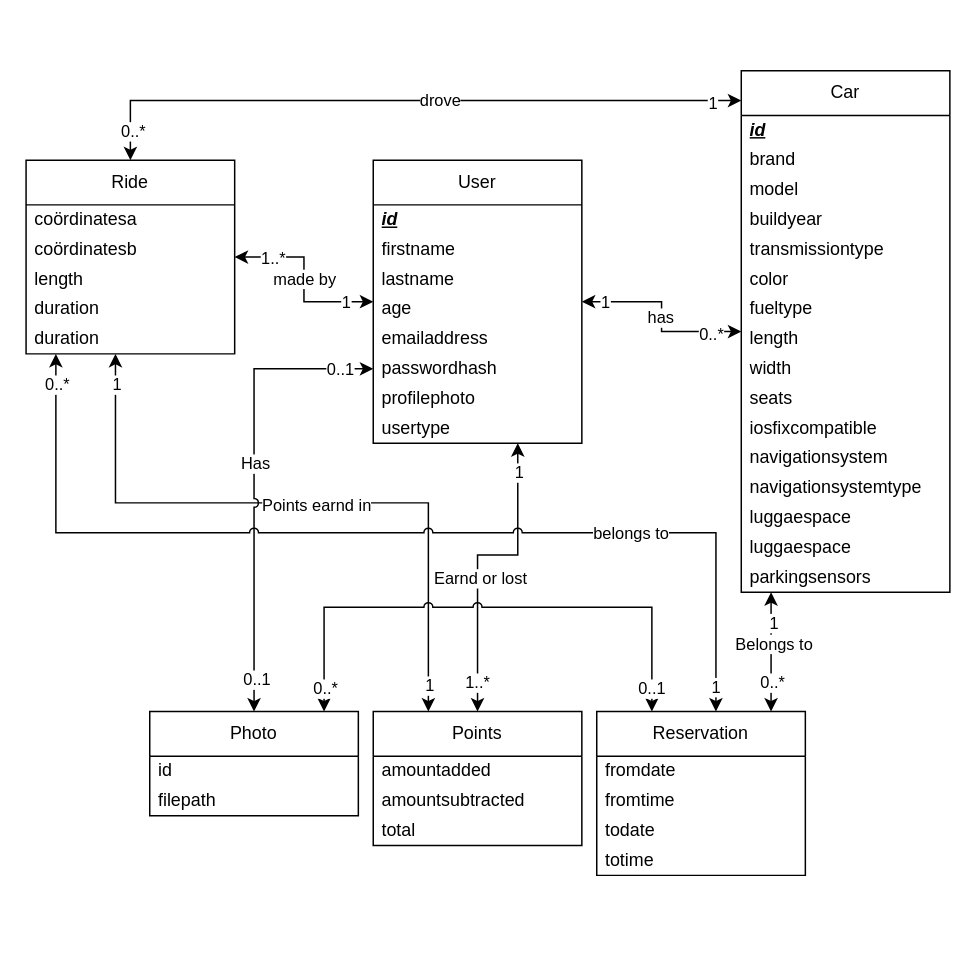
This is documents/ERD/LEAFCAR-ERD.drawio from RubenLeenknegt/JoyRide-API, a draw.io file, before an edit. Source tidied: cells renumbered, new cells numbered last; positions are measured from the earlier drawing's top-left corner, leaving out a move shared by most shapes. Both pictures are drawn from the tidied source at 149%, with x=0, y=0 at pixel (25, 70).
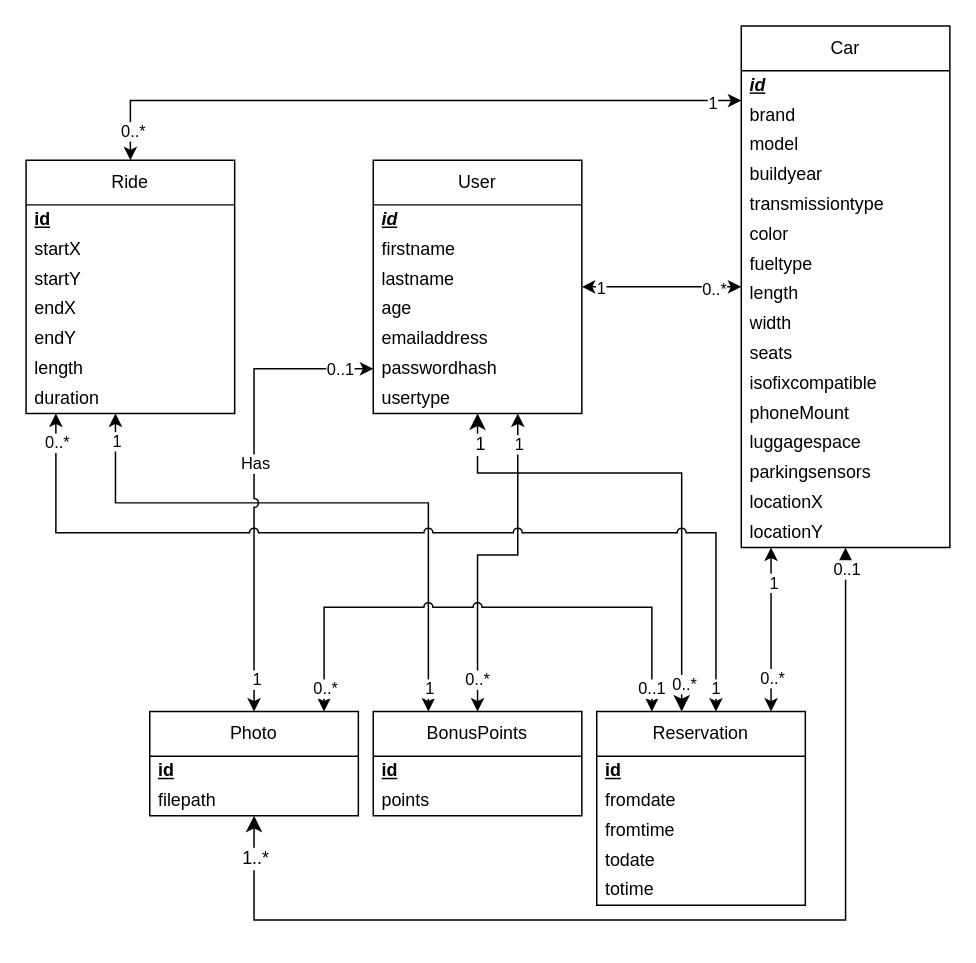
The same page after the edit.

Commit message:
LEAF-57 fixed erd with class

The change refers to these unchanged cells:
```xml
<mxCell id="2" style="edgeStyle=orthogonalEdgeStyle;shape=connector;rounded=0;jumpStyle=arc;jettySize=auto;html=1;strokeColor=default;align=center;verticalAlign=middle;fontFamily=Helvetica;fontSize=11;fontColor=default;labelBackgroundColor=default;startArrow=classic;startFill=1;endArrow=classic;" parent="1" edge="1" source="6" target="43">
  <mxGeometry relative="1" as="geometry">
    <Array as="points">
      <mxPoint x="60" y="290" />
      <mxPoint x="270" y="290" />
    </Array>
  </mxGeometry>
</mxCell>
<mxCell id="12" style="edgeStyle=orthogonalEdgeStyle;rounded=0;jettySize=auto;html=1;entryX=0.5;entryY=0;entryDx=0;entryDy=0;startArrow=classic;startFill=1;jumpStyle=arc;" parent="1" edge="1" source="28" target="40">
  <mxGeometry relative="1" as="geometry">
    <Array as="points">
      <mxPoint x="153" y="200" />
    </Array>
  </mxGeometry>
</mxCell>
<mxCell id="20" style="edgeStyle=orthogonalEdgeStyle;shape=connector;rounded=0;jumpStyle=arc;jettySize=auto;html=1;strokeColor=default;align=center;verticalAlign=middle;fontFamily=Helvetica;fontSize=11;fontColor=default;labelBackgroundColor=default;startArrow=classic;startFill=1;endArrow=classic;" parent="1" edge="1" source="28" target="55">
  <mxGeometry relative="1" as="geometry" />
</mxCell>
<mxCell id="24" style="edgeStyle=orthogonalEdgeStyle;shape=connector;rounded=0;jumpStyle=arc;jettySize=auto;html=1;entryX=0.5;entryY=0;entryDx=0;entryDy=0;strokeColor=default;align=center;verticalAlign=middle;fontFamily=Helvetica;fontSize=11;fontColor=default;labelBackgroundColor=default;startArrow=classic;startFill=1;endArrow=classic;" parent="1" edge="1" source="28" target="43">
  <mxGeometry relative="1" as="geometry">
    <Array as="points">
      <mxPoint x="330" y="325" />
      <mxPoint x="303" y="325" />
    </Array>
  </mxGeometry>
</mxCell>
<mxCell id="40" value="Photo" style="swimlane;fontStyle=0;horizontal=1;startSize=30;whiteSpace=wrap;html=1;" parent="1" vertex="1">
  <mxGeometry x="83" y="430" width="140" height="70" as="geometry" />
</mxCell>
<mxCell id="47" style="edgeStyle=orthogonalEdgeStyle;shape=connector;rounded=0;jumpStyle=arc;jettySize=auto;html=1;strokeColor=default;align=center;verticalAlign=middle;fontFamily=Helvetica;fontSize=11;fontColor=default;labelBackgroundColor=default;startArrow=classic;startFill=1;endArrow=classic;" parent="1" edge="1" source="55" target="6">
  <mxGeometry relative="1" as="geometry">
    <Array as="points">
      <mxPoint x="70" y="20" />
    </Array>
  </mxGeometry>
</mxCell>
<mxCell id="51" style="edgeStyle=orthogonalEdgeStyle;shape=connector;rounded=0;jumpStyle=arc;jettySize=auto;html=1;strokeColor=default;align=center;verticalAlign=middle;fontFamily=Helvetica;fontSize=11;fontColor=default;labelBackgroundColor=default;startArrow=classic;startFill=1;endArrow=classic;" parent="1" edge="1" source="55" target="76">
  <mxGeometry relative="1" as="geometry">
    <Array as="points">
      <mxPoint x="500" y="410" />
      <mxPoint x="500" y="410" />
    </Array>
  </mxGeometry>
</mxCell>
<mxCell id="72" style="edgeStyle=orthogonalEdgeStyle;shape=connector;rounded=0;jumpStyle=arc;jettySize=auto;html=1;strokeColor=default;align=center;verticalAlign=middle;fontFamily=Helvetica;fontSize=11;fontColor=default;labelBackgroundColor=default;startArrow=classic;startFill=1;endArrow=classic;" parent="1" edge="1" source="76" target="6">
  <mxGeometry relative="1" as="geometry">
    <Array as="points">
      <mxPoint x="463" y="310" />
      <mxPoint x="20" y="310" />
    </Array>
  </mxGeometry>
</mxCell>
```

Diff of the diagram source:
```diff
@@
-    <mxCell id="3" value="Points earnd in" style="edgeLabel;html=1;align=center;verticalAlign=middle;fontFamily=Helvetica;fontSize=11;fontColor=default;labelBackgroundColor=default;" parent="2" vertex="1">
-      <mxGeometry x="0.04" y="-1" relative="1" as="geometry" />
-    </mxCell>
@@
     <mxCell id="6" value="Ride" style="swimlane;fontStyle=0;horizontal=1;startSize=30;whiteSpace=wrap;html=1;" parent="1" vertex="1">
-      <mxGeometry y="60" width="140" height="130" as="geometry" />
+      <mxGeometry y="60" width="140" height="170" as="geometry" />
     </mxCell>
+    <mxCell id="81" value="&lt;b&gt;&lt;u&gt;id&lt;/u&gt;&lt;/b&gt;" style="text;strokeColor=none;fillColor=none;align=left;verticalAlign=middle;spacingLeft=4;spacingRight=4;overflow=hidden;whiteSpace=wrap;html=1;" parent="6" vertex="1">
+      <mxGeometry y="30" width="140" height="20" as="geometry" />
+    </mxCell>
-    <mxCell id="7" value="coördinatesa" style="text;strokeColor=none;fillColor=none;align=left;verticalAlign=middle;spacingLeft=4;spacingRight=4;overflow=hidden;whiteSpace=wrap;html=1;" parent="6" vertex="1">
-      <mxGeometry y="30" width="140" height="20" as="geometry" />
+    <mxCell id="7" value="startX" style="text;strokeColor=none;fillColor=none;align=left;verticalAlign=middle;spacingLeft=4;spacingRight=4;overflow=hidden;whiteSpace=wrap;html=1;" parent="6" vertex="1">
+      <mxGeometry y="50" width="140" height="20" as="geometry" />
     </mxCell>
-    <mxCell id="8" value="coördinatesb" style="text;strokeColor=none;fillColor=none;align=left;verticalAlign=middle;spacingLeft=4;spacingRight=4;overflow=hidden;whiteSpace=wrap;html=1;" parent="6" vertex="1">
-      <mxGeometry y="50" width="140" height="20" as="geometry" />
+    <mxCell id="8" value="startY" style="text;strokeColor=none;fillColor=none;align=left;verticalAlign=middle;spacingLeft=4;spacingRight=4;overflow=hidden;whiteSpace=wrap;html=1;" parent="6" vertex="1">
+      <mxGeometry y="70" width="140" height="20" as="geometry" />
     </mxCell>
+    <mxCell id="82" value="endX" style="text;strokeColor=none;fillColor=none;align=left;verticalAlign=middle;spacingLeft=4;spacingRight=4;overflow=hidden;whiteSpace=wrap;html=1;" parent="6" vertex="1">
+      <mxGeometry y="90" width="140" height="20" as="geometry" />
+    </mxCell>
+    <mxCell id="83" value="endY" style="text;strokeColor=none;fillColor=none;align=left;verticalAlign=middle;spacingLeft=4;spacingRight=4;overflow=hidden;whiteSpace=wrap;html=1;" parent="6" vertex="1">
+      <mxGeometry y="110" width="140" height="20" as="geometry" />
+    </mxCell>
     <mxCell id="9" value="length" style="text;strokeColor=none;fillColor=none;align=left;verticalAlign=middle;spacingLeft=4;spacingRight=4;overflow=hidden;whiteSpace=wrap;html=1;" parent="6" vertex="1">
-      <mxGeometry y="70" width="140" height="20" as="geometry" />
+      <mxGeometry y="130" width="140" height="20" as="geometry" />
     </mxCell>
     <mxCell id="10" value="duration" style="text;strokeColor=none;fillColor=none;align=left;verticalAlign=middle;spacingLeft=4;spacingRight=4;overflow=hidden;whiteSpace=wrap;html=1;" parent="6" vertex="1">
-      <mxGeometry y="90" width="140" height="20" as="geometry" />
+      <mxGeometry y="150" width="140" height="20" as="geometry" />
     </mxCell>
-    <mxCell id="11" value="duration" style="text;strokeColor=none;fillColor=none;align=left;verticalAlign=middle;spacingLeft=4;spacingRight=4;overflow=hidden;whiteSpace=wrap;html=1;" parent="6" vertex="1">
-      <mxGeometry y="110" width="140" height="20" as="geometry" />
-    </mxCell>
@@
-    <mxCell id="13" value="0..1" style="edgeLabel;html=1;align=center;verticalAlign=middle;" parent="12" vertex="1">
+    <mxCell id="13" value="1" style="edgeLabel;html=1;align=center;verticalAlign=middle;" parent="12" vertex="1">
       <mxGeometry x="0.86" y="1" relative="1" as="geometry" />
     </mxCell>
@@
-    <mxCell id="16" style="edgeStyle=orthogonalEdgeStyle;shape=connector;rounded=0;jumpStyle=arc;jettySize=auto;html=1;strokeColor=default;align=center;verticalAlign=middle;fontFamily=Helvetica;fontSize=11;fontColor=default;labelBackgroundColor=default;startArrow=classic;startFill=1;endArrow=classic;" parent="1" edge="1" source="28" target="6">
-      <mxGeometry relative="1" as="geometry" />
-    </mxCell>
-    <mxCell id="17" value="made by" style="edgeLabel;html=1;align=center;verticalAlign=middle;fontFamily=Helvetica;fontSize=11;fontColor=default;labelBackgroundColor=default;" parent="16" vertex="1">
-      <mxGeometry relative="1" as="geometry" />
-    </mxCell>
-    <mxCell id="18" value="1..*" style="edgeLabel;html=1;align=center;verticalAlign=middle;fontFamily=Helvetica;fontSize=11;fontColor=default;labelBackgroundColor=default;" parent="16" vertex="1">
-      <mxGeometry x="0.68" relative="1" as="geometry">
-        <mxPoint x="5" as="offset" />
-      </mxGeometry>
-    </mxCell>
-    <mxCell id="19" value="1" style="edgeLabel;html=1;align=center;verticalAlign=middle;fontFamily=Helvetica;fontSize=11;fontColor=default;labelBackgroundColor=default;" parent="16" vertex="1">
-      <mxGeometry x="-0.69" relative="1" as="geometry" />
-    </mxCell>
@@
-    <mxCell id="21" value="has" style="edgeLabel;html=1;align=center;verticalAlign=middle;fontFamily=Helvetica;fontSize=11;fontColor=default;labelBackgroundColor=default;" parent="20" vertex="1">
-      <mxGeometry y="-1" relative="1" as="geometry" />
-    </mxCell>
@@
-    <mxCell id="25" value="Earnd or lost" style="edgeLabel;html=1;align=center;verticalAlign=middle;fontFamily=Helvetica;fontSize=11;fontColor=default;labelBackgroundColor=default;" parent="24" vertex="1">
-      <mxGeometry x="-0.02" y="-1" relative="1" as="geometry">
-        <mxPoint y="16" as="offset" />
-      </mxGeometry>
-    </mxCell>
@@
-    <mxCell id="27" value="1..*" style="edgeLabel;html=1;align=center;verticalAlign=middle;fontFamily=Helvetica;fontSize=11;fontColor=default;labelBackgroundColor=default;" parent="24" vertex="1">
+    <mxCell id="27" value="0..*" style="edgeLabel;html=1;align=center;verticalAlign=middle;fontFamily=Helvetica;fontSize=11;fontColor=default;labelBackgroundColor=default;" parent="24" vertex="1">
       <mxGeometry x="0.81" y="-1" relative="1" as="geometry" />
     </mxCell>
+    <mxCell id="84" style="edgeStyle=orthogonalEdgeStyle;rounded=0;jettySize=auto;html=1;fontSize=12;startSize=8;endSize=8;startArrow=classic;startFill=1;" parent="1" edge="1" source="28" target="76">
+      <mxGeometry relative="1" as="geometry">
+        <Array as="points">
+          <mxPoint x="303" y="270" />
+          <mxPoint x="440" y="270" />
+        </Array>
+      </mxGeometry>
+    </mxCell>
+    <mxCell id="85" value="0..*" style="edgeLabel;html=1;align=center;verticalAlign=middle;fontSize=11;fontFamily=Helvetica;fontColor=default;labelBackgroundColor=default;fillColor=none;gradientColor=none;" parent="84" vertex="1">
+      <mxGeometry x="0.89" y="1" relative="1" as="geometry" />
+    </mxCell>
+    <mxCell id="19" value="1" style="edgeLabel;html=1;align=center;verticalAlign=middle;fontSize=12;fontFamily=Helvetica;fontColor=default;labelBackgroundColor=default;" parent="84" vertex="1">
+      <mxGeometry x="-0.88" y="1" relative="1" as="geometry" />
+    </mxCell>
     <mxCell id="28" value="User" style="swimlane;fontStyle=0;horizontal=1;startSize=30;whiteSpace=wrap;html=1;" parent="1" vertex="1">
-      <mxGeometry x="233" y="60" width="140" height="190" as="geometry" />
+      <mxGeometry x="233" y="60" width="140" height="170" as="geometry" />
     </mxCell>
@@
-    <mxCell id="35" value="profilephoto" style="text;strokeColor=none;fillColor=none;align=left;verticalAlign=middle;spacingLeft=4;spacingRight=4;overflow=hidden;whiteSpace=wrap;html=1;" parent="28" vertex="1">
-      <mxGeometry y="150" width="140" height="20" as="geometry" />
-    </mxCell>
     <mxCell id="36" value="usertype" style="text;strokeColor=none;fillColor=none;align=left;verticalAlign=middle;spacingLeft=4;spacingRight=4;overflow=hidden;whiteSpace=wrap;html=1;" parent="28" vertex="1">
-      <mxGeometry y="170" width="140" height="20" as="geometry" />
+      <mxGeometry y="150" width="140" height="20" as="geometry" />
     </mxCell>
@@
-    <mxCell id="41" value="id" style="text;strokeColor=none;fillColor=none;align=left;verticalAlign=middle;spacingLeft=4;spacingRight=4;overflow=hidden;whiteSpace=wrap;html=1;" parent="40" vertex="1">
+    <mxCell id="41" value="&lt;b&gt;&lt;u&gt;id&lt;/u&gt;&lt;/b&gt;" style="text;strokeColor=none;fillColor=none;align=left;verticalAlign=middle;spacingLeft=4;spacingRight=4;overflow=hidden;whiteSpace=wrap;html=1;" parent="40" vertex="1">
       <mxGeometry y="30" width="140" height="20" as="geometry" />
     </mxCell>
@@
-    <mxCell id="43" value="Points" style="swimlane;fontStyle=0;horizontal=1;startSize=30;whiteSpace=wrap;html=1;" parent="1" vertex="1">
-      <mxGeometry x="233" y="430" width="140" height="90" as="geometry" />
+    <mxCell id="43" value="BonusPoints" style="swimlane;fontStyle=0;horizontal=1;startSize=30;whiteSpace=wrap;html=1;" parent="1" vertex="1">
+      <mxGeometry x="233" y="430" width="140" height="70" as="geometry" />
     </mxCell>
+    <mxCell id="86" value="&lt;b&gt;&lt;u&gt;id&lt;/u&gt;&lt;/b&gt;" style="text;strokeColor=none;fillColor=none;align=left;verticalAlign=middle;spacingLeft=4;spacingRight=4;overflow=hidden;whiteSpace=wrap;html=1;" parent="43" vertex="1">
+      <mxGeometry y="30" width="140" height="20" as="geometry" />
+    </mxCell>
-    <mxCell id="44" value="amountadded" style="text;strokeColor=none;fillColor=none;align=left;verticalAlign=middle;spacingLeft=4;spacingRight=4;overflow=hidden;whiteSpace=wrap;html=1;" parent="43" vertex="1">
-      <mxGeometry y="30" width="140" height="20" as="geometry" />
+    <mxCell id="44" value="points" style="text;strokeColor=none;fillColor=none;align=left;verticalAlign=middle;spacingLeft=4;spacingRight=4;overflow=hidden;whiteSpace=wrap;html=1;" parent="43" vertex="1">
+      <mxGeometry y="50" width="140" height="20" as="geometry" />
     </mxCell>
-    <mxCell id="45" value="amountsubtracted" style="text;strokeColor=none;fillColor=none;align=left;verticalAlign=middle;spacingLeft=4;spacingRight=4;overflow=hidden;whiteSpace=wrap;html=1;" parent="43" vertex="1">
-      <mxGeometry y="50" width="140" height="20" as="geometry" />
-    </mxCell>
-    <mxCell id="46" value="total" style="text;strokeColor=none;fillColor=none;align=left;verticalAlign=middle;spacingLeft=4;spacingRight=4;overflow=hidden;whiteSpace=wrap;html=1;" parent="43" vertex="1">
-      <mxGeometry y="70" width="140" height="20" as="geometry" />
-    </mxCell>
@@
-    <mxCell id="48" value="drove" style="edgeLabel;html=1;align=center;verticalAlign=middle;fontFamily=Helvetica;fontSize=11;fontColor=default;labelBackgroundColor=default;" parent="47" vertex="1">
-      <mxGeometry x="-0.1" y="-1" relative="1" as="geometry" />
-    </mxCell>
@@
-    <mxCell id="52" value="Belongs to" style="edgeLabel;html=1;align=center;verticalAlign=middle;fontFamily=Helvetica;fontSize=11;fontColor=default;labelBackgroundColor=default;" parent="51" vertex="1">
-      <mxGeometry x="-0.14" y="1" relative="1" as="geometry" />
-    </mxCell>
@@
+    <mxCell id="87" style="edgeStyle=orthogonalEdgeStyle;rounded=0;jettySize=auto;html=1;fontSize=12;startSize=8;endSize=8;startArrow=classic;startFill=1;" parent="1" edge="1" source="55" target="40">
+      <mxGeometry relative="1" as="geometry">
+        <Array as="points">
+          <mxPoint x="550" y="570" />
+          <mxPoint x="153" y="570" />
+        </Array>
+      </mxGeometry>
+    </mxCell>
+    <mxCell id="18" value="1..*" style="edgeLabel;html=1;align=center;verticalAlign=middle;fontSize=12;" parent="87" vertex="1">
+      <mxGeometry x="0.96" relative="1" as="geometry">
+        <mxPoint y="14" as="offset" />
+      </mxGeometry>
+    </mxCell>
+    <mxCell id="88" value="0..1" style="edgeLabel;html=1;align=center;verticalAlign=middle;fontSize=11;fontFamily=Helvetica;fontColor=default;labelBackgroundColor=default;fillColor=none;gradientColor=none;" parent="87" vertex="1">
+      <mxGeometry x="-0.96" relative="1" as="geometry" />
+    </mxCell>
     <mxCell id="55" value="Car" style="swimlane;fontStyle=0;horizontal=1;startSize=30;whiteSpace=wrap;html=1;" parent="1" vertex="1">
-      <mxGeometry x="480" width="140" height="350" as="geometry" />
+      <mxGeometry x="480" y="-30" width="140" height="350" as="geometry" />
     </mxCell>
@@
-    <mxCell id="66" value="iosfixcompatible" style="text;strokeColor=none;fillColor=none;align=left;verticalAlign=middle;spacingLeft=4;spacingRight=4;overflow=hidden;whiteSpace=wrap;html=1;" parent="55" vertex="1">
+    <mxCell id="66" value="isofixcompatible" style="text;strokeColor=none;fillColor=none;align=left;verticalAlign=middle;spacingLeft=4;spacingRight=4;overflow=hidden;whiteSpace=wrap;html=1;" parent="55" vertex="1">
       <mxGeometry y="230" width="140" height="20" as="geometry" />
     </mxCell>
-    <mxCell id="67" value="navigationsystem" style="text;strokeColor=none;fillColor=none;align=left;verticalAlign=middle;spacingLeft=4;spacingRight=4;overflow=hidden;whiteSpace=wrap;html=1;" parent="55" vertex="1">
+    <mxCell id="67" value="phoneMount" style="text;strokeColor=none;fillColor=none;align=left;verticalAlign=middle;spacingLeft=4;spacingRight=4;overflow=hidden;whiteSpace=wrap;html=1;" parent="55" vertex="1">
       <mxGeometry y="250" width="140" height="20" as="geometry" />
     </mxCell>
-    <mxCell id="68" value="navigationsystemtype" style="text;strokeColor=none;fillColor=none;align=left;verticalAlign=middle;spacingLeft=4;spacingRight=4;overflow=hidden;whiteSpace=wrap;html=1;" parent="55" vertex="1">
-      <mxGeometry y="270" width="140" height="20" as="geometry" />
-    </mxCell>
-    <mxCell id="69" value="luggaespace" style="text;strokeColor=none;fillColor=none;align=left;verticalAlign=middle;spacingLeft=4;spacingRight=4;overflow=hidden;whiteSpace=wrap;html=1;" parent="55" vertex="1">
-      <mxGeometry y="290" width="140" height="20" as="geometry" />
-    </mxCell>
-    <mxCell id="70" value="luggaespace" style="text;strokeColor=none;fillColor=none;align=left;verticalAlign=middle;spacingLeft=4;spacingRight=4;overflow=hidden;whiteSpace=wrap;html=1;" parent="55" vertex="1">
-      <mxGeometry y="310" width="140" height="20" as="geometry" />
+    <mxCell id="70" value="luggagespace" style="text;strokeColor=none;fillColor=none;align=left;verticalAlign=middle;spacingLeft=4;spacingRight=4;overflow=hidden;whiteSpace=wrap;html=1;" parent="55" vertex="1">
+      <mxGeometry y="270" width="140" height="20" as="geometry" />
     </mxCell>
     <mxCell id="71" value="parkingsensors" style="text;strokeColor=none;fillColor=none;align=left;verticalAlign=middle;spacingLeft=4;spacingRight=4;overflow=hidden;whiteSpace=wrap;html=1;" parent="55" vertex="1">
-      <mxGeometry y="330" width="140" height="20" as="geometry" />
+      <mxGeometry y="290" width="140" height="20" as="geometry" />
     </mxCell>
+    <mxCell id="89" value="locationX" style="text;strokeColor=none;fillColor=none;align=left;verticalAlign=middle;spacingLeft=4;spacingRight=4;overflow=hidden;whiteSpace=wrap;html=1;" parent="55" vertex="1">
+      <mxGeometry y="310" width="140" height="20" as="geometry" />
+    </mxCell>
+    <mxCell id="90" value="locationY" style="text;strokeColor=none;fillColor=none;align=left;verticalAlign=middle;spacingLeft=4;spacingRight=4;overflow=hidden;whiteSpace=wrap;html=1;" parent="55" vertex="1">
+      <mxGeometry y="330" width="140" height="20" as="geometry" />
+    </mxCell>
@@
-    <mxCell id="73" value="belongs to" style="edgeLabel;html=1;align=center;verticalAlign=middle;fontFamily=Helvetica;fontSize=11;fontColor=default;labelBackgroundColor=default;" parent="72" vertex="1">
-      <mxGeometry x="-0.48" relative="1" as="geometry" />
-    </mxCell>
@@
     <mxCell id="76" value="Reservation" style="swimlane;fontStyle=0;horizontal=1;startSize=30;whiteSpace=wrap;html=1;" parent="1" vertex="1">
-      <mxGeometry x="383" y="430" width="140" height="110" as="geometry" />
+      <mxGeometry x="383" y="430" width="140" height="130" as="geometry" />
     </mxCell>
+    <mxCell id="91" value="&lt;b&gt;&lt;u&gt;id&lt;/u&gt;&lt;/b&gt;" style="text;strokeColor=none;fillColor=none;align=left;verticalAlign=middle;spacingLeft=4;spacingRight=4;overflow=hidden;whiteSpace=wrap;html=1;" parent="76" vertex="1">
+      <mxGeometry y="30" width="140" height="20" as="geometry" />
+    </mxCell>
     <mxCell id="77" value="fromdate" style="text;strokeColor=none;fillColor=none;align=left;verticalAlign=middle;spacingLeft=4;spacingRight=4;overflow=hidden;whiteSpace=wrap;html=1;" parent="76" vertex="1">
-      <mxGeometry y="30" width="140" height="20" as="geometry" />
+      <mxGeometry y="50" width="140" height="20" as="geometry" />
     </mxCell>
     <mxCell id="78" value="fromtime" style="text;strokeColor=none;fillColor=none;align=left;verticalAlign=middle;spacingLeft=4;spacingRight=4;overflow=hidden;whiteSpace=wrap;html=1;" parent="76" vertex="1">
-      <mxGeometry y="50" width="140" height="20" as="geometry" />
+      <mxGeometry y="70" width="140" height="20" as="geometry" />
     </mxCell>
     <mxCell id="79" value="todate" style="text;strokeColor=none;fillColor=none;align=left;verticalAlign=middle;spacingLeft=4;spacingRight=4;overflow=hidden;whiteSpace=wrap;html=1;" parent="76" vertex="1">
-      <mxGeometry y="70" width="140" height="20" as="geometry" />
+      <mxGeometry y="90" width="140" height="20" as="geometry" />
     </mxCell>
     <mxCell id="80" value="totime" style="text;strokeColor=none;fillColor=none;align=left;verticalAlign=middle;spacingLeft=4;spacingRight=4;overflow=hidden;whiteSpace=wrap;html=1;" parent="76" vertex="1">
-      <mxGeometry y="90" width="140" height="20" as="geometry" />
+      <mxGeometry y="110" width="140" height="20" as="geometry" />
     </mxCell>
```
